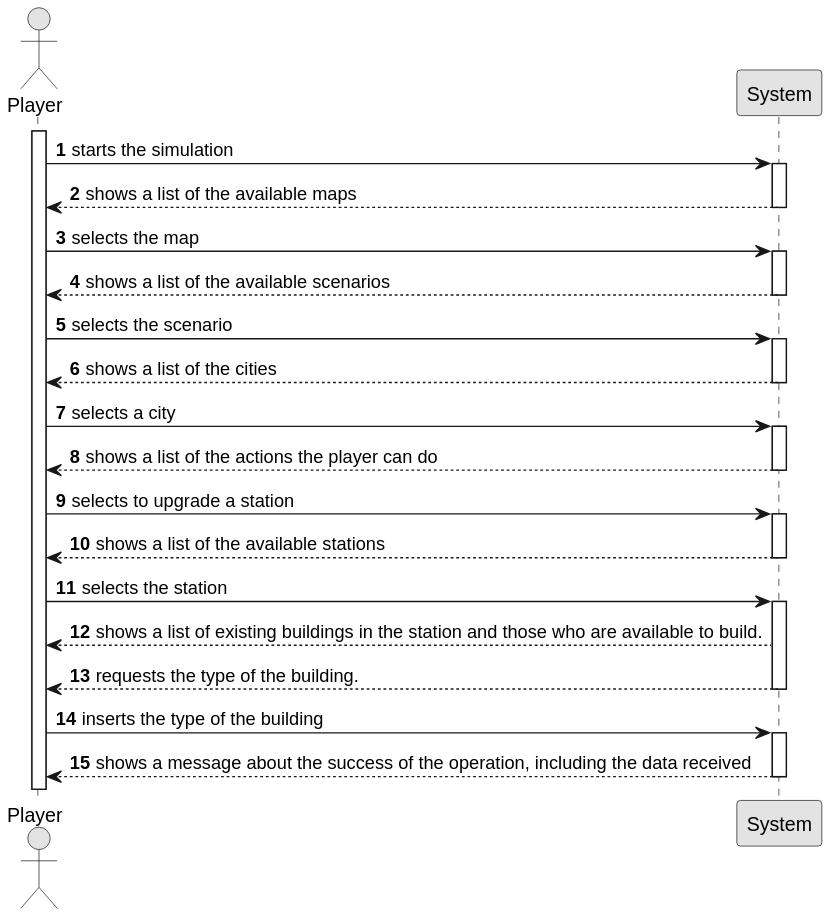
ivasduarte/all-aboard keeps this PlantUML diagram as docs/sprint3/us006/01.requirements-engineering/svg/us006-system-sequence-diagram.svg. Above is the earlier version.
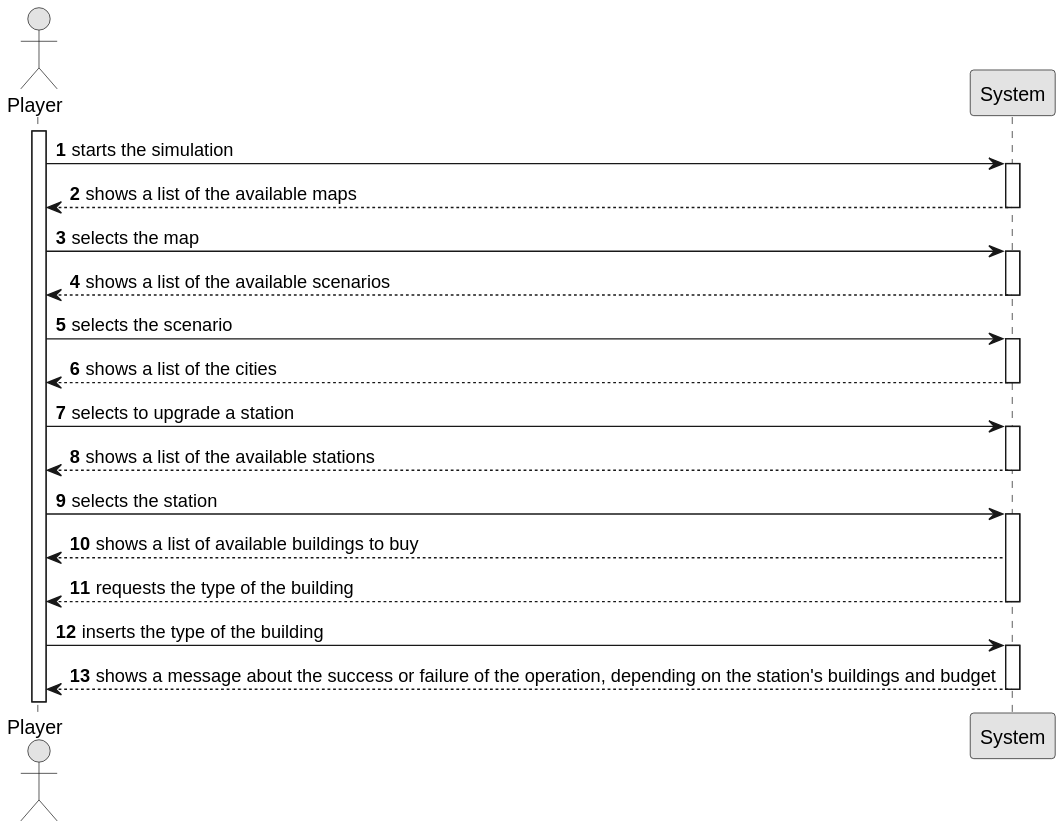
The same diagram one commit later.

Diff of the diagram source:
```diff
@@ -28,12 +28,6 @@
     System --> Player : shows a list of the cities
     deactivate System
 
-    Player -> System : selects a city
-    activate System
-
-    System --> Player : shows a list of the actions the player can do
-    deactivate System
-
     Player -> System : selects to upgrade a station
     activate System
 
@@ -43,15 +37,14 @@
     Player -> System : selects the station
     activate System
 
-    System --> Player : shows a list of existing buildings in the station and those who are available to build.
+    System --> Player : shows a list of available buildings to buy
 
-
-    System --> Player : requests the type of the building.
+    System --> Player : requests the type of the building
     deactivate System
 
     Player -> System : inserts the type of the building
     activate System
 
-    System --> Player : shows a message about the success of the operation, including the data received
+    System --> Player : shows a message about the success or failure of the operation, depending on the station's buildings and budget
     deactivate System
 @enduml
```
